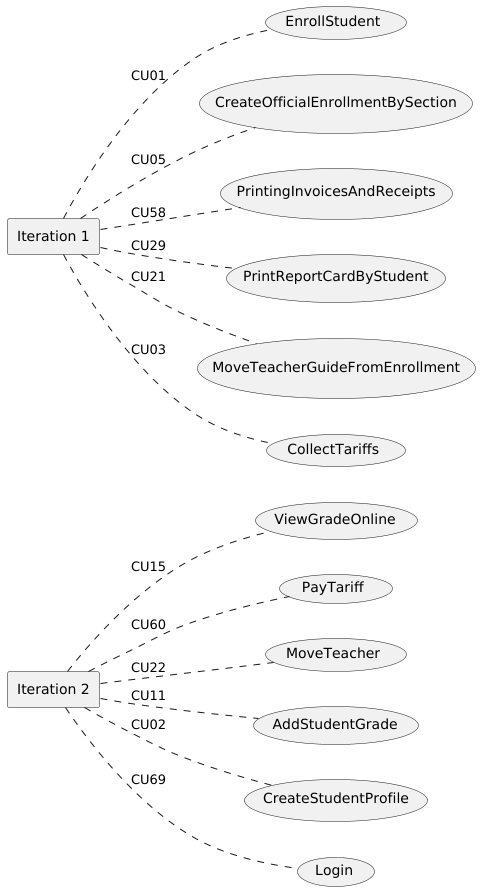
Above: out/UseCaseView/Prioritization.png in wsmcbl/wsmcbl.doc (PlantUML), before the change.
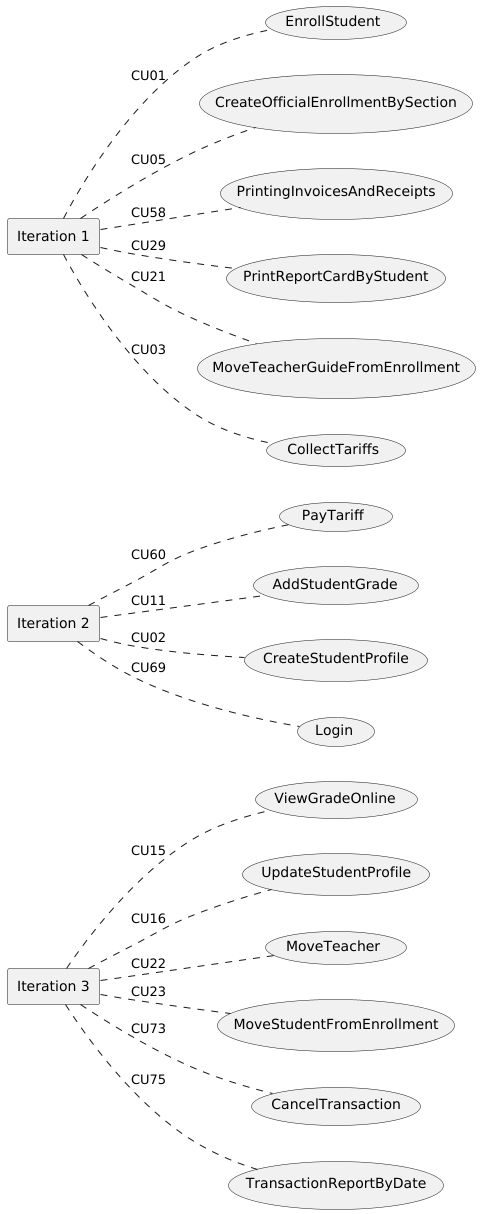
After the commit.

What changed in the source:
```diff
@@ -1,18 +1,31 @@
 @startuml
 left to right direction
 
+rectangle "Iteration 3" as Iteration3
+
+usecase CU15 as "ViewGradeOnline"
+usecase CU16 as "UpdateStudentProfile"
+usecase CU22 as "MoveTeacher"
+usecase CU23 as "MoveStudentFromEnrollment"
+usecase CU73 as "CancelTransaction"
+usecase CU75 as "TransactionReportByDate"
+
+Iteration3 .. CU15 : CU15
+Iteration3 .. CU16 : CU16
+Iteration3 .. CU22 : CU22
+Iteration3 .. CU23 : CU23
+Iteration3 .. CU73 : CU73
+Iteration3 .. CU75 : CU75
+
+
 rectangle "Iteration 2" as Iteration2
 
-usecase CU15 as "ViewGradeOnline"
 usecase CU60 as "PayTariff"
-usecase CU22 as "MoveTeacher"
 usecase CU11 as "AddStudentGrade"
 usecase CU02 as "CreateStudentProfile"
 usecase CU69 as "Login"
 
-Iteration2 .. CU15 : CU15
 Iteration2 .. CU60 : CU60
-Iteration2 .. CU22 : CU22
 Iteration2 .. CU11 : CU11
 Iteration2 .. CU02 : CU02
 Iteration2 .. CU69 : CU69
```
